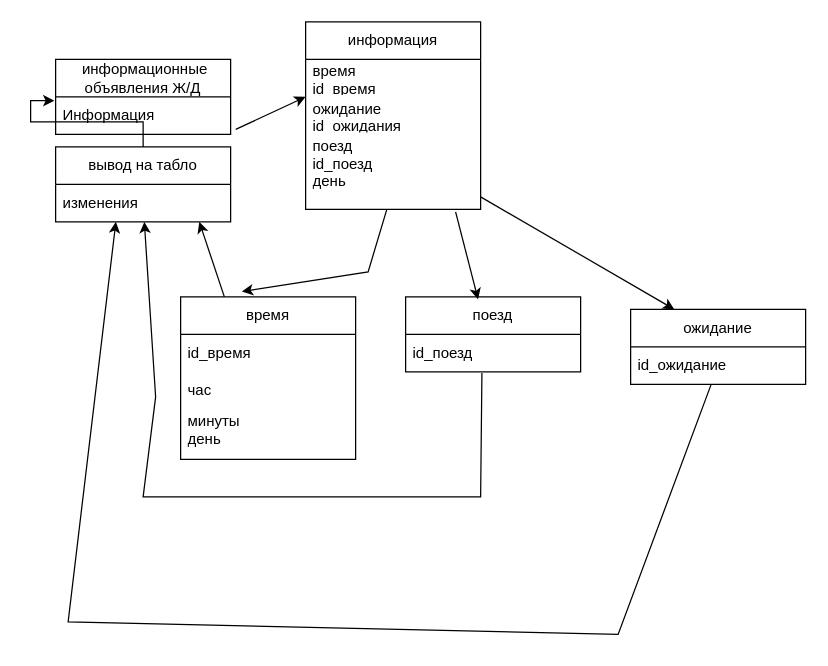
This is page "Страница — 9" (9 of 9) of Диаграмма без названия.drawio from Danila7926/Algoritmkukushkin, a draw.io file, before an edit. Source tidied: cells renumbered, new cells numbered last; positions are measured from the earlier drawing's top-left corner, leaving out a move shared by most shapes. Both pictures are drawn from the tidied source at 125%, with x=0, y=0 at pixel (55, 21).
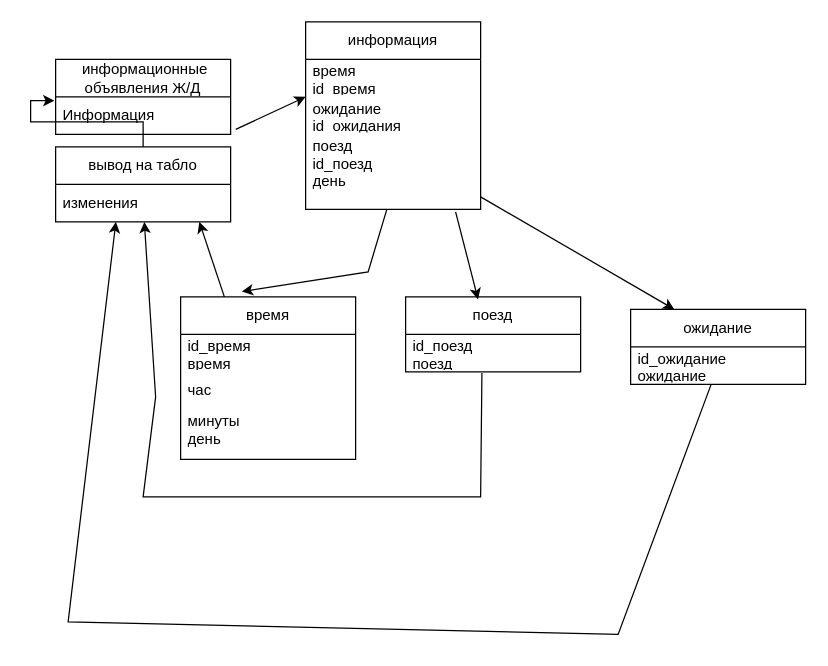
Above is the later version.

The change refers to these unchanged cells:
```xml
<mxCell id="5" value="ожидание" style="swimlane;fontStyle=0;horizontal=1;startSize=30;whiteSpace=wrap;html=1;" parent="1" vertex="1">
  <mxGeometry x="460" y="230" width="140" height="60" as="geometry" />
</mxCell>
<mxCell id="9" value="время" style="swimlane;fontStyle=0;horizontal=1;startSize=30;whiteSpace=wrap;html=1;" parent="1" vertex="1">
  <mxGeometry x="100" y="220" width="140" height="130" as="geometry" />
</mxCell>
<mxCell id="17" value="поезд" style="swimlane;fontStyle=0;horizontal=1;startSize=30;whiteSpace=wrap;html=1;" parent="1" vertex="1">
  <mxGeometry x="280" y="220" width="140" height="60" as="geometry" />
</mxCell>
```

The edit, as a diff of the source:
```diff
@@
-    <mxCell id="6" value="id_ожидание" style="text;strokeColor=none;fillColor=none;align=left;verticalAlign=middle;spacingLeft=4;spacingRight=4;overflow=hidden;points=[[0,0.5],[1,0.5]];portConstraint=eastwest;whiteSpace=wrap;html=1;" parent="5" vertex="1">
+    <mxCell id="6" value="id_ожидание&lt;div&gt;ожидание&lt;/div&gt;" style="text;strokeColor=none;fillColor=none;align=left;verticalAlign=middle;spacingLeft=4;spacingRight=4;overflow=hidden;points=[[0,0.5],[1,0.5]];portConstraint=eastwest;whiteSpace=wrap;html=1;" parent="5" vertex="1">
       <mxGeometry y="30" width="140" height="30" as="geometry" />
     </mxCell>
@@
-    <mxCell id="10" value="id_время" style="text;strokeColor=none;fillColor=none;align=left;verticalAlign=middle;spacingLeft=4;spacingRight=4;overflow=hidden;whiteSpace=wrap;html=1;" parent="9" vertex="1">
+    <mxCell id="10" value="id_время&lt;div&gt;время&lt;/div&gt;" style="text;strokeColor=none;fillColor=none;align=left;verticalAlign=middle;spacingLeft=4;spacingRight=4;overflow=hidden;whiteSpace=wrap;html=1;" parent="9" vertex="1">
       <mxGeometry y="30" width="140" height="30" as="geometry" />
     </mxCell>
@@
-    <mxCell id="18" value="id_поезд" style="text;strokeColor=none;fillColor=none;align=left;verticalAlign=middle;spacingLeft=4;spacingRight=4;overflow=hidden;points=[[0,0.5],[1,0.5]];portConstraint=eastwest;whiteSpace=wrap;html=1;" parent="17" vertex="1">
+    <mxCell id="18" value="id_поезд&lt;div&gt;поезд&lt;/div&gt;" style="text;strokeColor=none;fillColor=none;align=left;verticalAlign=middle;spacingLeft=4;spacingRight=4;overflow=hidden;points=[[0,0.5],[1,0.5]];portConstraint=eastwest;whiteSpace=wrap;html=1;" parent="17" vertex="1">
       <mxGeometry y="30" width="140" height="30" as="geometry" />
     </mxCell>
```
